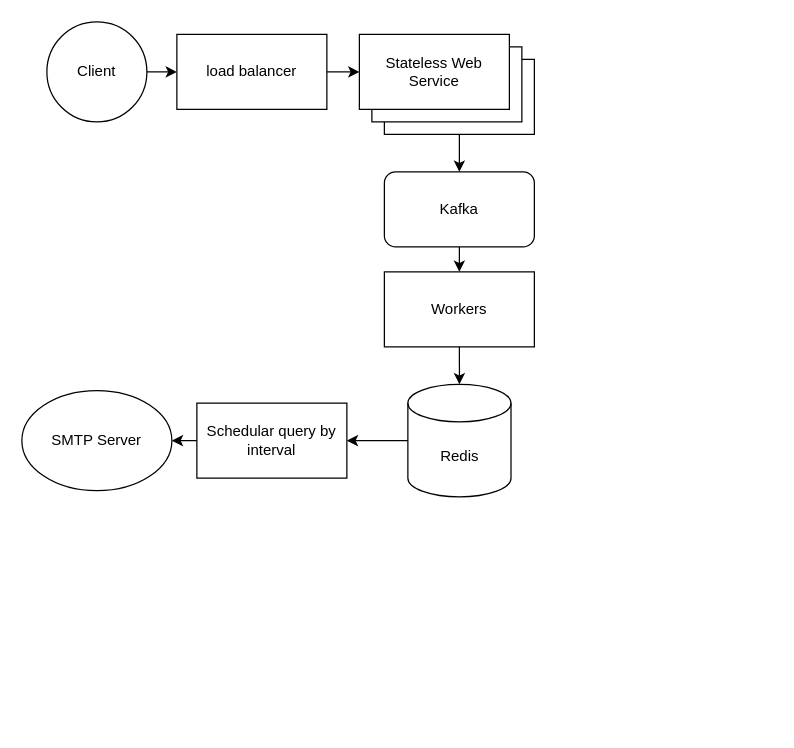
Above: SystemDesign1.drawio in DavidHePing/System_Design_Practice_NetSkope (draw.io), before the change. Source tidied: cells renumbered, new cells numbered last; positions are measured from the earlier drawing's top-left corner, leaving out a move shared by most shapes. Both pictures are drawn from the tidied source at 125%, with x=0, y=0 at pixel (21, 21).
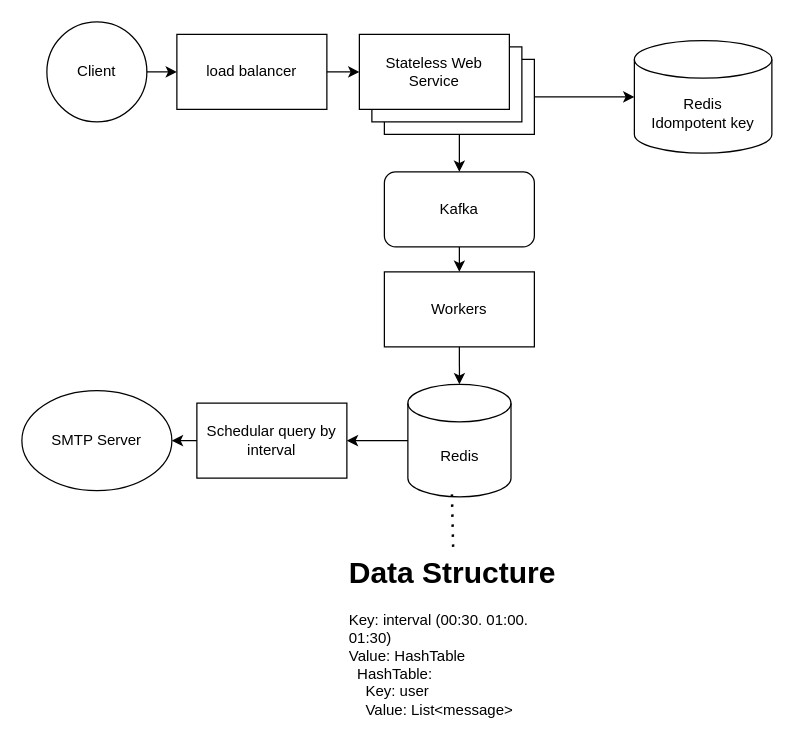
After the change.

Unchanged cells that the change refers to:
```xml
<mxCell id="5" style="rounded=0;whiteSpace=wrap;html=1;" parent="4" vertex="1">
  <mxGeometry x="20" y="20" width="120" height="60" as="geometry" />
</mxCell>
<mxCell id="14" value="Redis" style="shape=cylinder3;whiteSpace=wrap;html=1;boundedLbl=1;backgroundOutline=1;size=15;" parent="1" vertex="1">
  <mxGeometry x="308.8" y="290" width="82.5" height="90" as="geometry" />
</mxCell>
```

What changed in the source:
```diff
@@
+    <mxCell id="20" style="endArrow=none;dashed=1;html=1;dashPattern=1 3;strokeWidth=2;rounded=0;exitX=0.427;exitY=0.978;exitDx=0;exitDy=0;exitPerimeter=0;entryX=0.5;entryY=0;entryDx=0;entryDy=0;" parent="1" edge="1" source="14" target="22">
+      <mxGeometry relative="1" as="geometry" />
+    </mxCell>
+    <mxCell id="21" style="edgeStyle=none;jettySize=auto;html=1;rounded=0;exitX=1;exitY=0.5;exitDx=0;exitDy=0;entryX=0;entryY=0.5;entryDx=0;entryDy=0;entryPerimeter=0;" parent="1" edge="1" source="5" target="23">
+      <mxGeometry relative="1" as="geometry" />
+    </mxCell>
+    <mxCell id="22" value="&lt;h1 style=&quot;margin-top: 0px;&quot;&gt;Data Structure&lt;/h1&gt;&lt;div&gt;Key: interval (00:30. 01:00. 01:30)&lt;div&gt;Value: HashTable&lt;/div&gt;&lt;div&gt;&lt;span style=&quot;background-color: transparent; color: light-dark(rgb(0, 0, 0), rgb(255, 255, 255));&quot;&gt;&amp;nbsp; HashTable:&lt;/span&gt;&lt;/div&gt;&lt;div&gt;&amp;nbsp; &amp;nbsp; Key: user&lt;/div&gt;&lt;div&gt;&amp;nbsp; &amp;nbsp; Value: List&amp;lt;message&amp;gt;&lt;/div&gt;&lt;/div&gt;" style="text;html=1;whiteSpace=wrap;overflow=hidden;rounded=0;" parent="1" vertex="1">
+      <mxGeometry x="260" y="420" width="170" height="140" as="geometry" />
+    </mxCell>
+    <mxCell id="23" value="Redis&lt;div&gt;Idompotent key&lt;/div&gt;" style="shape=cylinder3;whiteSpace=wrap;html=1;boundedLbl=1;backgroundOutline=1;size=15;" parent="1" vertex="1">
+      <mxGeometry x="490" y="15" width="110" height="90" as="geometry" />
+    </mxCell>
```
